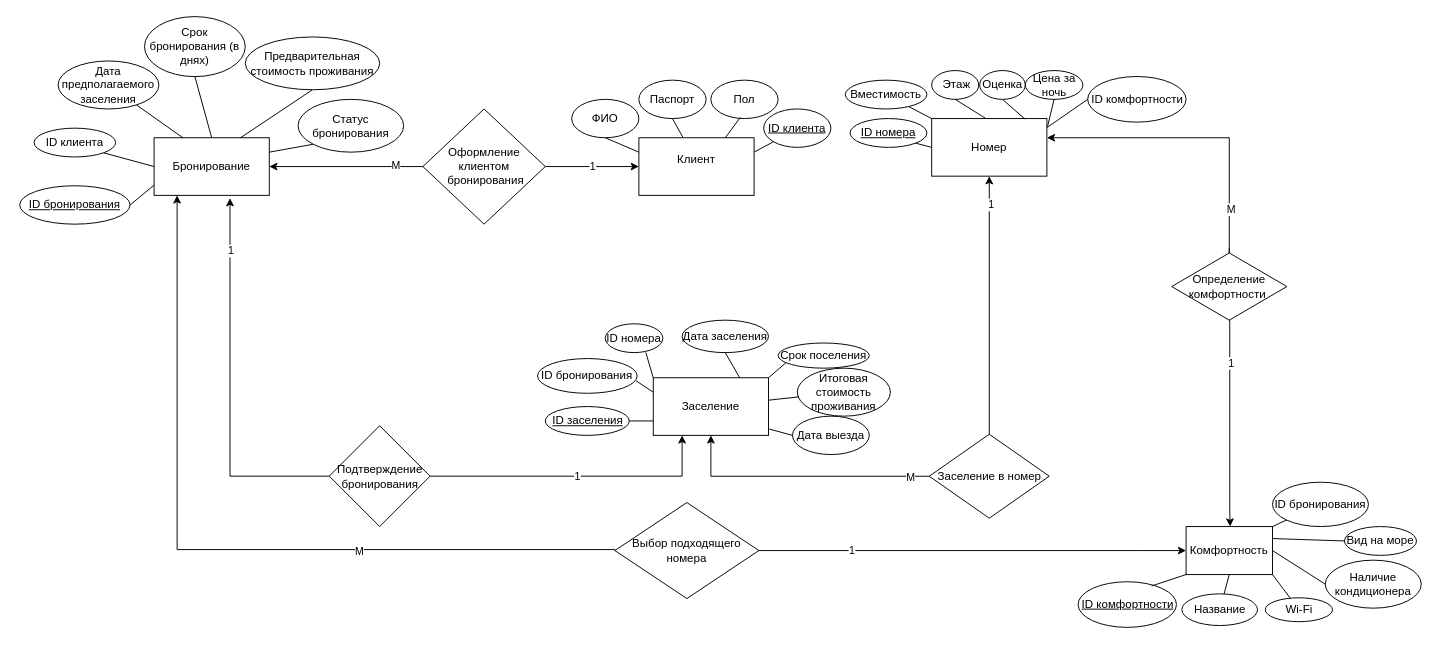
Before: ER_diagram.drawio in keon1x/Data-Base, a draw.io diagram. Source tidied: cells renumbered, new cells numbered last; positions are measured from the earlier drawing's top-left corner, leaving out a move shared by most shapes. Both pictures are drawn from the tidied source at 96%, with x=0, y=0 at pixel (19, 16).
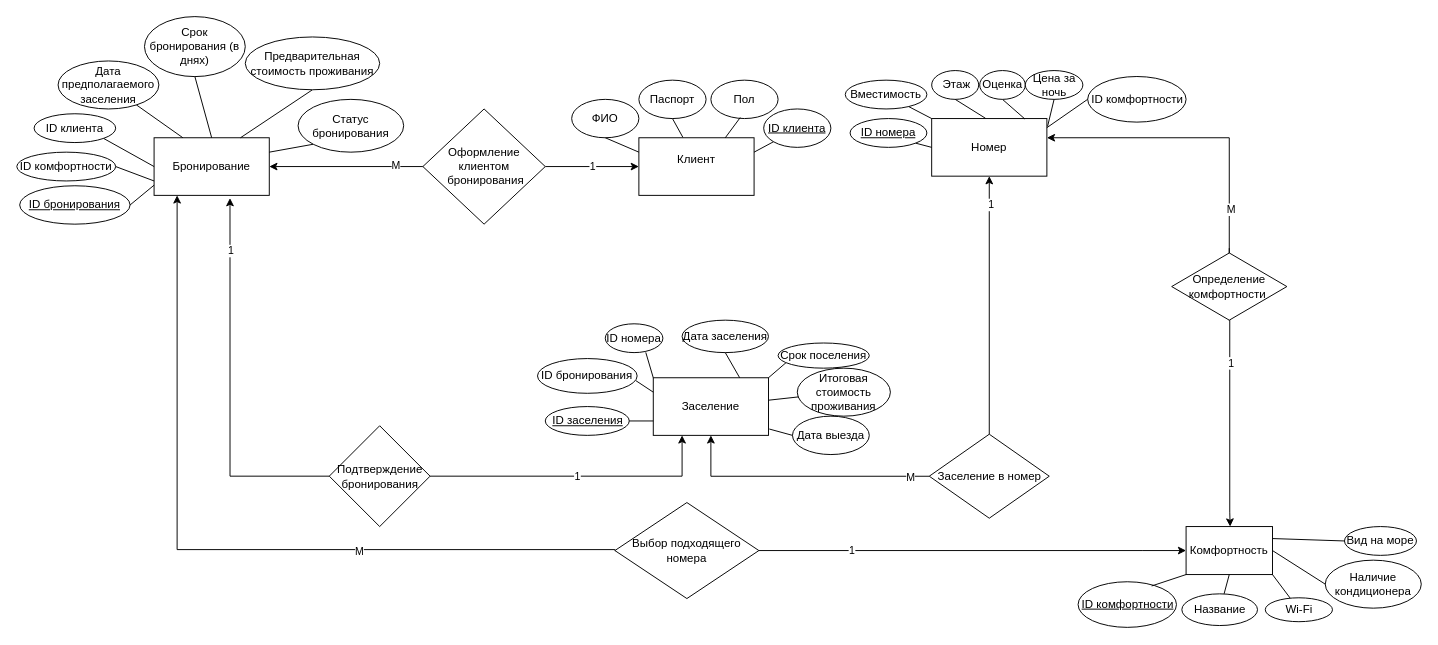
Above is the later version.

Unchanged cells that the change refers to:
```xml
<mxCell id="35" value="Бронирование" style="rounded=0;whiteSpace=wrap;html=1;" parent="1" vertex="1">
  <mxGeometry x="140" y="126" width="120" height="60" as="geometry" />
</mxCell>
<mxCell id="64" value="Комфортность" style="rounded=0;whiteSpace=wrap;html=1;" parent="1" vertex="1">
  <mxGeometry x="1215" y="531" width="90" height="50" as="geometry" />
</mxCell>
```

Change to the diagram source:
```diff
@@
     <mxCell id="34" value="ID клиента" style="ellipse;whiteSpace=wrap;html=1;" parent="1" vertex="1">
-      <mxGeometry x="15" y="116" width="85" height="30" as="geometry" />
+      <mxGeometry x="15" y="101" width="85" height="30" as="geometry" />
     </mxCell>
@@
-    <mxCell id="87" style="endArrow=none;html=1;rounded=0;exitX=1;exitY=0;exitDx=0;exitDy=0;" parent="1" edge="1" source="64" target="88">
-      <mxGeometry relative="1" as="geometry" />
-    </mxCell>
-    <mxCell id="88" value="ID бронирования" style="ellipse;whiteSpace=wrap;html=1;" parent="1" vertex="1">
-      <mxGeometry x="1305" y="484.8" width="100" height="46.2" as="geometry" />
-    </mxCell>
+    <mxCell id="89" value="ID комфортности" style="ellipse;whiteSpace=wrap;html=1;" parent="1" vertex="1">
+      <mxGeometry x="-3" y="141" width="103" height="30" as="geometry" />
+    </mxCell>
+    <mxCell id="90" style="endArrow=none;html=1;rounded=0;entryX=0;entryY=0.75;entryDx=0;entryDy=0;exitX=1;exitY=0.5;exitDx=0;exitDy=0;" parent="1" edge="1" source="89" target="35">
+      <mxGeometry relative="1" as="geometry" />
+    </mxCell>
```
